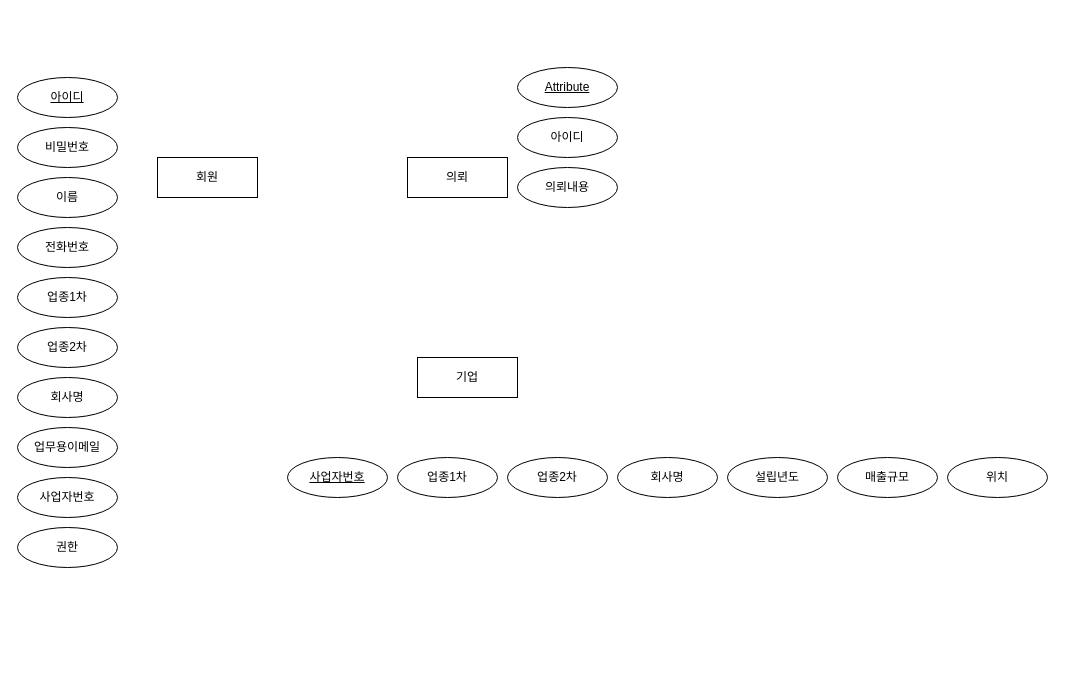
Before: 제목 없는 다이어그램.drawio in hanbinpark/Spring, a draw.io diagram. Source tidied: cells renumbered, new cells numbered last; positions are measured from the earlier drawing's top-left corner, leaving out a move shared by most shapes. Both pictures are drawn from the tidied source at 100%, with x=0, y=0 at pixel (17, 67).
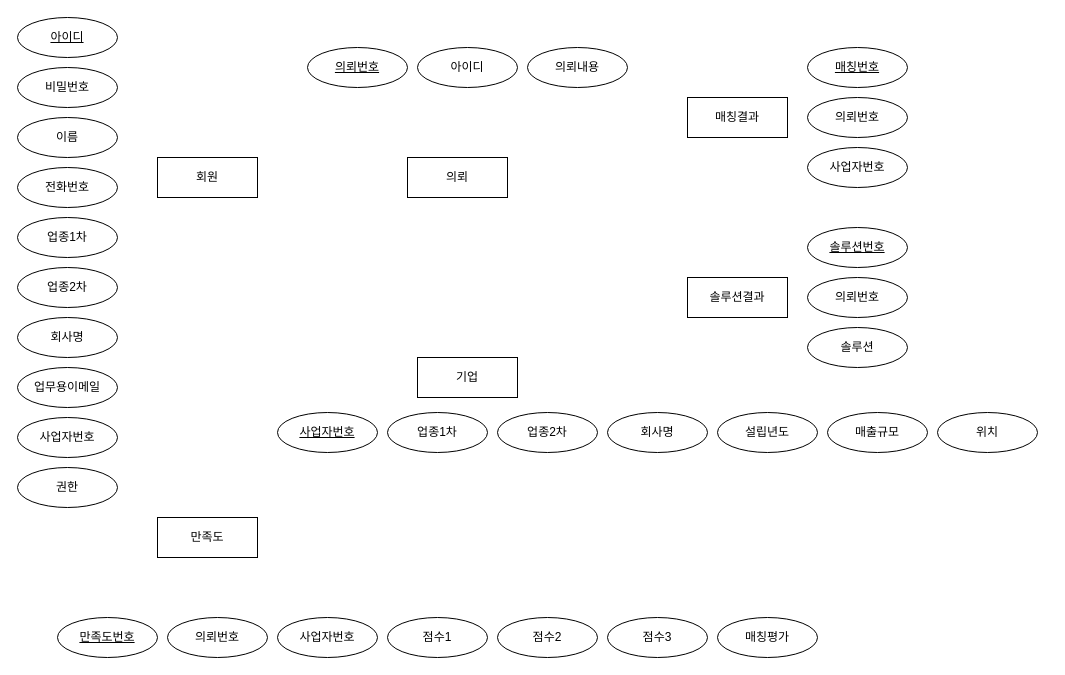
Above is the later version.

Commit message (it also covers changes not shown here):
제목 없는 다이어그램.drawio 업데이트

What changed in the source:
```diff
@@
     <mxCell id="5" value="아이디" style="ellipse;whiteSpace=wrap;html=1;align=center;fontStyle=4;" parent="1" vertex="1">
-      <mxGeometry y="10" width="100" height="40" as="geometry" />
+      <mxGeometry y="-50" width="100" height="40" as="geometry" />
     </mxCell>
-    <mxCell id="6" value="Attribute" style="ellipse;whiteSpace=wrap;html=1;align=center;fontStyle=4;" parent="1" vertex="1">
-      <mxGeometry x="500" width="100" height="40" as="geometry" />
+    <mxCell id="6" value="의뢰번호" style="ellipse;whiteSpace=wrap;html=1;align=center;fontStyle=4;" parent="1" vertex="1">
+      <mxGeometry x="290" y="-20" width="100" height="40" as="geometry" />
     </mxCell>
     <mxCell id="7" value="사업자번호" style="ellipse;whiteSpace=wrap;html=1;align=center;fontStyle=4;" parent="1" vertex="1">
-      <mxGeometry x="270" y="390" width="100" height="40" as="geometry" />
+      <mxGeometry x="260" y="345" width="100" height="40" as="geometry" />
     </mxCell>
     <mxCell id="8" value="비밀번호" style="ellipse;whiteSpace=wrap;html=1;align=center;" parent="1" vertex="1">
-      <mxGeometry y="60" width="100" height="40" as="geometry" />
+      <mxGeometry width="100" height="40" as="geometry" />
     </mxCell>
     <mxCell id="9" value="이름" style="ellipse;whiteSpace=wrap;html=1;align=center;" parent="1" vertex="1">
-      <mxGeometry y="110" width="100" height="40" as="geometry" />
+      <mxGeometry y="50" width="100" height="40" as="geometry" />
     </mxCell>
     <mxCell id="10" value="업종2차" style="ellipse;whiteSpace=wrap;html=1;align=center;" parent="1" vertex="1">
-      <mxGeometry y="260" width="100" height="40" as="geometry" />
+      <mxGeometry y="200" width="100" height="40" as="geometry" />
     </mxCell>
     <mxCell id="11" value="업종1차" style="ellipse;whiteSpace=wrap;html=1;align=center;" parent="1" vertex="1">
-      <mxGeometry y="210" width="100" height="40" as="geometry" />
+      <mxGeometry y="150" width="100" height="40" as="geometry" />
     </mxCell>
     <mxCell id="12" value="전화번호" style="ellipse;whiteSpace=wrap;html=1;align=center;" parent="1" vertex="1">
-      <mxGeometry y="160" width="100" height="40" as="geometry" />
+      <mxGeometry y="100" width="100" height="40" as="geometry" />
     </mxCell>
     <mxCell id="13" value="회사명" style="ellipse;whiteSpace=wrap;html=1;align=center;" parent="1" vertex="1">
-      <mxGeometry y="310" width="100" height="40" as="geometry" />
+      <mxGeometry y="250" width="100" height="40" as="geometry" />
     </mxCell>
     <mxCell id="14" value="업무용이메일" style="ellipse;whiteSpace=wrap;html=1;align=center;" parent="1" vertex="1">
-      <mxGeometry y="360" width="100" height="40" as="geometry" />
+      <mxGeometry y="300" width="100" height="40" as="geometry" />
     </mxCell>
     <mxCell id="15" value="사업자번호" style="ellipse;whiteSpace=wrap;html=1;align=center;" parent="1" vertex="1">
-      <mxGeometry y="410" width="100" height="40" as="geometry" />
+      <mxGeometry y="350" width="100" height="40" as="geometry" />
     </mxCell>
     <mxCell id="16" value="권한" style="ellipse;whiteSpace=wrap;html=1;align=center;" parent="1" vertex="1">
-      <mxGeometry y="460" width="100" height="40" as="geometry" />
+      <mxGeometry y="400" width="100" height="40" as="geometry" />
     </mxCell>
     <mxCell id="17" value="업종2차" style="ellipse;whiteSpace=wrap;html=1;align=center;" parent="1" vertex="1">
-      <mxGeometry x="490" y="390" width="100" height="40" as="geometry" />
+      <mxGeometry x="480" y="345" width="100" height="40" as="geometry" />
     </mxCell>
     <mxCell id="18" value="업종1차" style="ellipse;whiteSpace=wrap;html=1;align=center;" parent="1" vertex="1">
-      <mxGeometry x="380" y="390" width="100" height="40" as="geometry" />
+      <mxGeometry x="370" y="345" width="100" height="40" as="geometry" />
     </mxCell>
     <mxCell id="19" value="회사명" style="ellipse;whiteSpace=wrap;html=1;align=center;" parent="1" vertex="1">
-      <mxGeometry x="600" y="390" width="100" height="40" as="geometry" />
+      <mxGeometry x="590" y="345" width="100" height="40" as="geometry" />
     </mxCell>
     <mxCell id="20" value="설립년도" style="ellipse;whiteSpace=wrap;html=1;align=center;" parent="1" vertex="1">
-      <mxGeometry x="710" y="390" width="100" height="40" as="geometry" />
+      <mxGeometry x="700" y="345" width="100" height="40" as="geometry" />
     </mxCell>
     <mxCell id="21" value="매출규모" style="ellipse;whiteSpace=wrap;html=1;align=center;" parent="1" vertex="1">
-      <mxGeometry x="820" y="390" width="100" height="40" as="geometry" />
+      <mxGeometry x="810" y="345" width="100" height="40" as="geometry" />
     </mxCell>
     <mxCell id="22" value="위치" style="ellipse;whiteSpace=wrap;html=1;align=center;" parent="1" vertex="1">
-      <mxGeometry x="930" y="390" width="100" height="40" as="geometry" />
+      <mxGeometry x="920" y="345" width="100" height="40" as="geometry" />
     </mxCell>
     <mxCell id="23" value="아이디" style="ellipse;whiteSpace=wrap;html=1;align=center;" parent="1" vertex="1">
-      <mxGeometry x="500" y="50" width="100" height="40" as="geometry" />
+      <mxGeometry x="400" y="-20" width="100" height="40" as="geometry" />
     </mxCell>
     <mxCell id="24" value="의뢰내용" style="ellipse;whiteSpace=wrap;html=1;align=center;" parent="1" vertex="1">
-      <mxGeometry x="500" y="100" width="100" height="40" as="geometry" />
+      <mxGeometry x="510" y="-20" width="100" height="40" as="geometry" />
     </mxCell>
+    <mxCell id="25" value="매칭결과" style="whiteSpace=wrap;html=1;align=center;" parent="1" vertex="1">
+      <mxGeometry x="670" y="30" width="100" height="40" as="geometry" />
+    </mxCell>
+    <mxCell id="26" value="의뢰번호" style="ellipse;whiteSpace=wrap;html=1;align=center;" parent="1" vertex="1">
+      <mxGeometry x="790" y="30" width="100" height="40" as="geometry" />
+    </mxCell>
+    <mxCell id="27" value="사업자번호" style="ellipse;whiteSpace=wrap;html=1;align=center;" parent="1" vertex="1">
+      <mxGeometry x="790" y="80" width="100" height="40" as="geometry" />
+    </mxCell>
+    <mxCell id="28" value="의뢰번호" style="ellipse;whiteSpace=wrap;html=1;align=center;" parent="1" vertex="1">
+      <mxGeometry x="790" y="210" width="100" height="40" as="geometry" />
+    </mxCell>
+    <mxCell id="29" value="매칭번호" style="ellipse;whiteSpace=wrap;html=1;align=center;fontStyle=4;" parent="1" vertex="1">
+      <mxGeometry x="790" y="-20" width="100" height="40" as="geometry" />
+    </mxCell>
+    <mxCell id="30" value="솔루션결과" style="whiteSpace=wrap;html=1;align=center;" parent="1" vertex="1">
+      <mxGeometry x="670" y="210" width="100" height="40" as="geometry" />
+    </mxCell>
+    <mxCell id="31" value="솔루션" style="ellipse;whiteSpace=wrap;html=1;align=center;" parent="1" vertex="1">
+      <mxGeometry x="790" y="260" width="100" height="40" as="geometry" />
+    </mxCell>
+    <mxCell id="32" value="솔루션번호" style="ellipse;whiteSpace=wrap;html=1;align=center;fontStyle=4;" parent="1" vertex="1">
+      <mxGeometry x="790" y="160" width="100" height="40" as="geometry" />
+    </mxCell>
+    <mxCell id="33" value="만족도" style="whiteSpace=wrap;html=1;align=center;" parent="1" vertex="1">
+      <mxGeometry x="140" y="450" width="100" height="40" as="geometry" />
+    </mxCell>
+    <mxCell id="34" value="의뢰번호" style="ellipse;whiteSpace=wrap;html=1;align=center;" parent="1" vertex="1">
+      <mxGeometry x="150" y="550" width="100" height="40" as="geometry" />
+    </mxCell>
+    <mxCell id="35" value="사업자번호" style="ellipse;whiteSpace=wrap;html=1;align=center;" parent="1" vertex="1">
+      <mxGeometry x="260" y="550" width="100" height="40" as="geometry" />
+    </mxCell>
+    <mxCell id="36" value="만족도번호" style="ellipse;whiteSpace=wrap;html=1;align=center;fontStyle=4;" parent="1" vertex="1">
+      <mxGeometry x="40" y="550" width="100" height="40" as="geometry" />
+    </mxCell>
+    <mxCell id="37" value="점수1" style="ellipse;whiteSpace=wrap;html=1;align=center;" parent="1" vertex="1">
+      <mxGeometry x="370" y="550" width="100" height="40" as="geometry" />
+    </mxCell>
+    <mxCell id="38" value="점수2" style="ellipse;whiteSpace=wrap;html=1;align=center;" parent="1" vertex="1">
+      <mxGeometry x="480" y="550" width="100" height="40" as="geometry" />
+    </mxCell>
+    <mxCell id="39" value="점수3" style="ellipse;whiteSpace=wrap;html=1;align=center;" parent="1" vertex="1">
+      <mxGeometry x="590" y="550" width="100" height="40" as="geometry" />
+    </mxCell>
+    <mxCell id="40" value="매칭평가" style="ellipse;whiteSpace=wrap;html=1;align=center;" parent="1" vertex="1">
+      <mxGeometry x="700" y="550" width="100" height="40" as="geometry" />
+    </mxCell>
```
